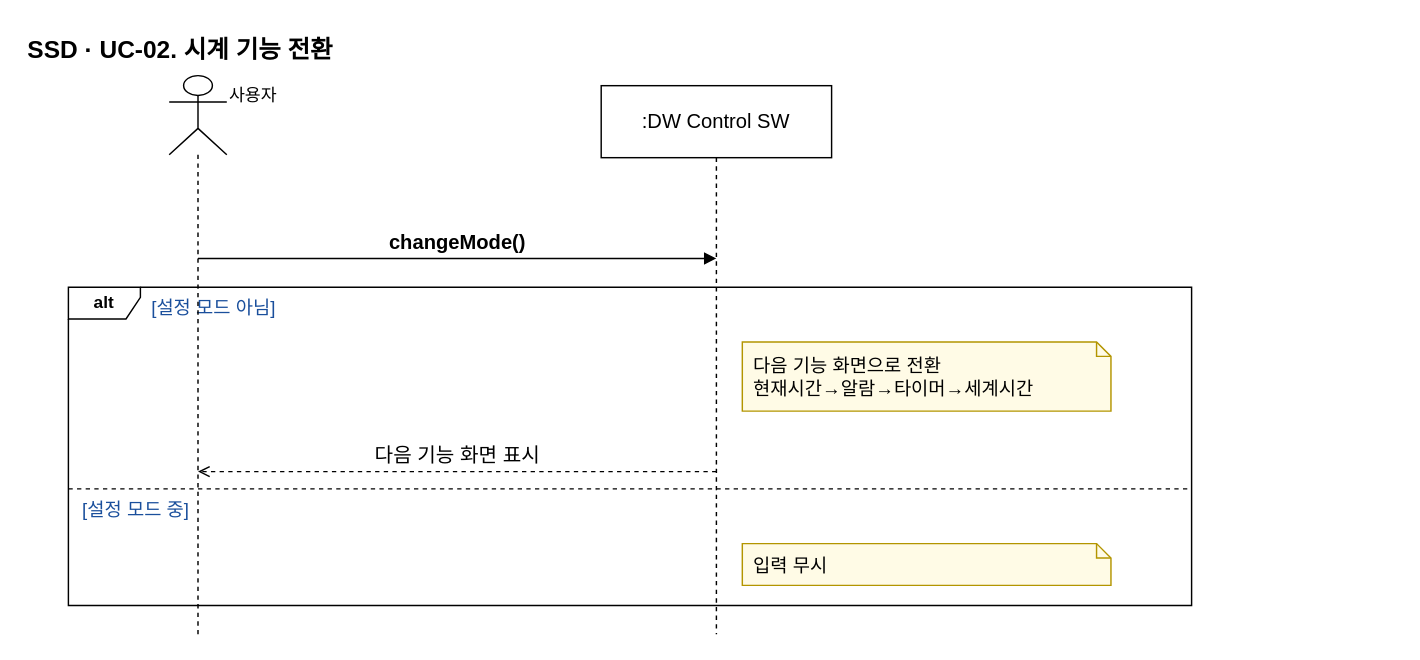
This is page "UC-02" (2 of 12) of docs/OOAD/practice/ssd/DigitalWatch_SSD.drawio from sspring2048/AssoArch, a draw.io file, before an edit. Source tidied: cells renumbered, new cells numbered last; positions are measured from the earlier drawing's top-left corner, leaving out a move shared by most shapes. Both pictures are drawn from the tidied source at 144%, with x=0, y=0 at pixel (24, 24).
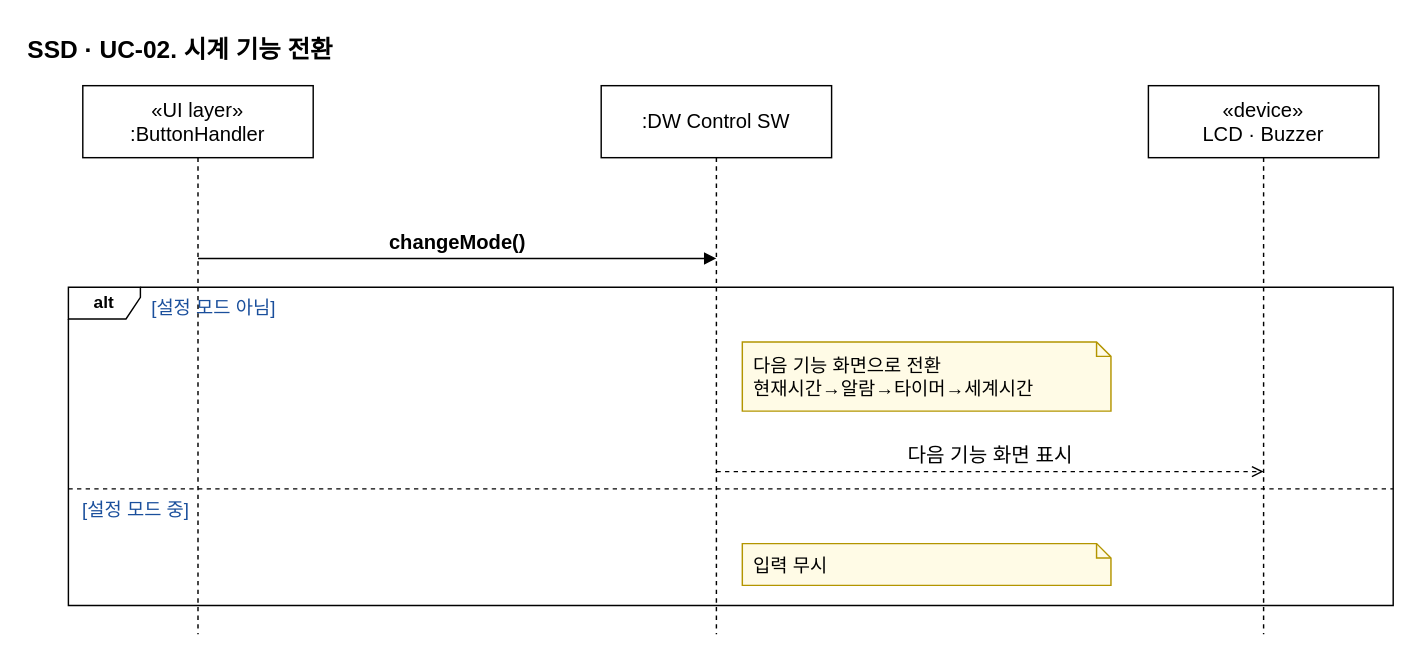
The same diagram, later.

What changed in the source:
```diff
@@
 <mxGraphModel>
   <root>
     <mxCell id="0" />
     <mxCell id="1" parent="0" />
     <mxCell id="2" value="SSD · UC-02. 시계 기능 전환" style="text;fontSize=17;fontStyle=1;align=left;" parent="1" vertex="1">
       <mxGeometry width="500" height="30" as="geometry" />
     </mxCell>
     <mxCell id="3" value="alt" style="shape=umlFrame;whiteSpace=wrap;html=1;width=50;height=22;fontStyle=1;fillColor=none;" parent="1" vertex="1">
-      <mxGeometry x="30" y="182" width="780" height="221" as="geometry" />
+      <mxGeometry x="30" y="182" width="920" height="221" as="geometry" />
     </mxCell>
     <mxCell id="4" value="[설정 모드 아님]" style="text;fontSize=13;fontColor=#1a4f9c;align=left;" parent="1" vertex="1">
-      <mxGeometry x="86" y="182" width="714" height="22" as="geometry" />
+      <mxGeometry x="86" y="182" width="854" height="22" as="geometry" />
     </mxCell>
     <mxCell id="5" style="endArrow=none;dashed=1;html=1;" parent="1" edge="1">
       <mxGeometry relative="1" as="geometry">
         <mxPoint x="30" y="322" as="sourcePoint" />
-        <mxPoint x="810" y="322" as="targetPoint" />
+        <mxPoint x="950" y="322" as="targetPoint" />
       </mxGeometry>
     </mxCell>
     <mxCell id="6" value="[설정 모드 중]" style="text;fontSize=13;fontColor=#1a4f9c;align=left;" parent="1" vertex="1">
-      <mxGeometry x="38" y="322" width="762" height="22" as="geometry" />
+      <mxGeometry x="38" y="322" width="902" height="22" as="geometry" />
     </mxCell>
-    <mxCell id="7" value="사용자" style="shape=umlLifeline;participant=umlActor;perimeter=lifelinePerimeter;html=1;size=55;verticalAlign=top;labelPosition=right;align=left;" parent="1" vertex="1">
-      <mxGeometry x="100" y="35" width="40" height="388" as="geometry" />
+    <mxCell id="7" value="«UI layer»&lt;br&gt;:ButtonHandler" style="shape=umlLifeline;perimeter=lifelinePerimeter;whiteSpace=wrap;html=1;size=50;fontSize=14;" parent="1" vertex="1">
+      <mxGeometry x="40" y="42" width="160" height="381" as="geometry" />
     </mxCell>
     <mxCell id="8" value=":DW Control SW" style="shape=umlLifeline;perimeter=lifelinePerimeter;whiteSpace=wrap;html=1;size=50;fontSize=14;" parent="1" vertex="1">
       <mxGeometry x="400" y="42" width="160" height="381" as="geometry" />
     </mxCell>
-    <mxCell id="9" value="changeMode()" style="html=1;verticalAlign=bottom;fontSize=14;endArrow=block;endFill=1;fontStyle=1;" parent="1" edge="1">
-      <mxGeometry relative="1" as="geometry">
-        <mxPoint x="120" y="162" as="sourcePoint" />
-        <mxPoint x="480" y="162" as="targetPoint" />
-      </mxGeometry>
+    <mxCell id="9" value="«device»&lt;br&gt;LCD · Buzzer" style="shape=umlLifeline;perimeter=lifelinePerimeter;whiteSpace=wrap;html=1;size=50;fontSize=14;" parent="1" vertex="1">
+      <mxGeometry x="780" y="42" width="160" height="381" as="geometry" />
     </mxCell>
-    <mxCell id="10" value="다음 기능 화면으로 전환&lt;br&gt;현재시간→알람→타이머→세계시간" style="shape=note;size=10;whiteSpace=wrap;html=1;align=left;spacingLeft=6;fontSize=13;fillColor=#fffbe6;strokeColor=#b39500;" parent="1" vertex="1">
-      <mxGeometry x="498" y="220" width="256" height="48" as="geometry" />
+    <mxCell id="10" value="changeMode()" style="html=1;verticalAlign=bottom;fontSize=14;endArrow=block;endFill=1;fontStyle=1;" parent="1" edge="1">
+      <mxGeometry relative="1" as="geometry">
+        <mxPoint x="120" y="162" as="sourcePoint" />
+        <mxPoint x="480" y="162" as="targetPoint" />
+      </mxGeometry>
     </mxCell>
-    <mxCell id="11" value="다음 기능 화면 표시" style="html=1;verticalAlign=bottom;fontSize=14;endArrow=open;dashed=1;" parent="1" edge="1">
-      <mxGeometry relative="1" as="geometry">
-        <mxPoint x="480" y="310" as="sourcePoint" />
-        <mxPoint x="120" y="310" as="targetPoint" />
-      </mxGeometry>
+    <mxCell id="11" value="다음 기능 화면으로 전환&lt;br&gt;현재시간→알람→타이머→세계시간" style="shape=note;size=10;whiteSpace=wrap;html=1;align=left;spacingLeft=6;fontSize=13;fillColor=#fffbe6;strokeColor=#b39500;" parent="1" vertex="1">
+      <mxGeometry x="498" y="220" width="256" height="48" as="geometry" />
     </mxCell>
-    <mxCell id="12" value="입력 무시" style="shape=note;size=10;whiteSpace=wrap;html=1;align=left;spacingLeft=6;fontSize=13;fillColor=#fffbe6;strokeColor=#b39500;" parent="1" vertex="1">
-      <mxGeometry x="498" y="360" width="256" height="29" as="geometry" />
+    <mxCell id="12" value="다음 기능 화면 표시" style="html=1;verticalAlign=bottom;fontSize=14;endArrow=open;dashed=1;" parent="1" edge="1">
+      <mxGeometry relative="1" as="geometry">
+        <mxPoint x="480" y="310" as="sourcePoint" />
+        <mxPoint x="860" y="310" as="targetPoint" />
+      </mxGeometry>
     </mxCell>
+    <mxCell id="13" value="입력 무시" style="shape=note;size=10;whiteSpace=wrap;html=1;align=left;spacingLeft=6;fontSize=13;fillColor=#fffbe6;strokeColor=#b39500;" parent="1" vertex="1">
+      <mxGeometry x="498" y="360" width="256" height="29" as="geometry" />
+    </mxCell>
   </root>
 </mxGraphModel>
```
